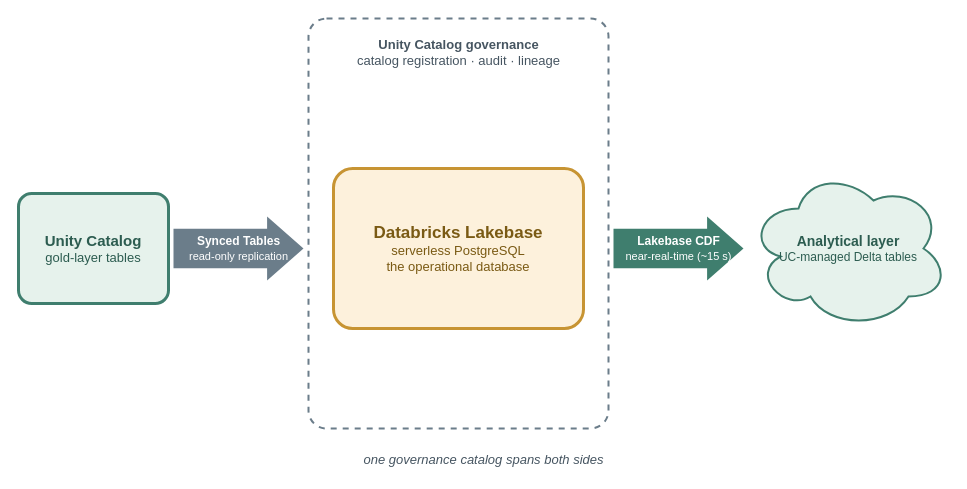
Earlier version of the draw.io diagram content/posts/decoupling-compute-storage-postgres-lakebase/lakebase-ecosystem-integration-flow.drawio (AlexeyEvlampiev/alexeyevlampiev.github.io). Source tidied: cells renumbered, new cells numbered last; positions are measured from the earlier drawing's top-left corner, leaving out a move shared by most shapes. Both pictures are drawn from the tidied source at 100%, with x=0, y=0 at pixel (18, 18).
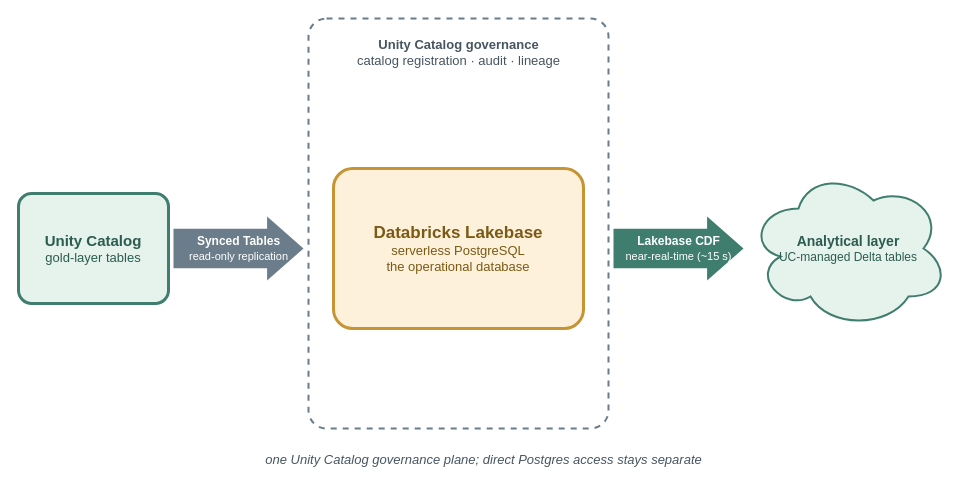
The same page after the edit.

The edit, as a diff of the source:
```diff
@@
 <mxGraphModel>
   <root>
     <mxCell id="0" />
     <mxCell id="1" parent="0" />
     <mxCell id="2" value="&lt;font style=&quot;font-size:15px&quot;&gt;&lt;b&gt;Unity Catalog&lt;/b&gt;&lt;/font&gt;&lt;br&gt;&lt;font style=&quot;font-size:13px&quot;&gt;gold-layer tables&lt;/font&gt;" style="rounded=1;whiteSpace=wrap;html=1;fillColor=#e6f2ec;strokeColor=#3f7e6e;strokeWidth=3;fontColor=#2c5c50;arcSize=12;" parent="1" vertex="1">
       <mxGeometry y="175" width="150" height="110" as="geometry" />
     </mxCell>
     <mxCell id="3" value="&lt;font style=&quot;font-size:12px&quot;&gt;&lt;b&gt;Synced Tables&lt;/b&gt;&lt;br&gt;&lt;/font&gt;&lt;font style=&quot;font-size:11px&quot;&gt;read-only replication&lt;/font&gt;" style="shape=singleArrow;html=1;fillColor=#6b7d8a;strokeColor=none;arrowWidth=0.62;arrowSize=0.28;fontColor=#ffffff;" parent="1" vertex="1">
       <mxGeometry x="155" y="198" width="130" height="64" as="geometry" />
     </mxCell>
     <mxCell id="4" style="rounded=1;whiteSpace=wrap;html=1;fillColor=none;strokeColor=#6b7d8a;strokeWidth=2;dashed=1;arcSize=6;" parent="1" vertex="1">
       <mxGeometry x="290" width="300" height="410" as="geometry" />
     </mxCell>
     <mxCell id="5" value="&lt;font style=&quot;font-size:13px&quot;&gt;&lt;b&gt;Unity Catalog governance&lt;/b&gt;&lt;br&gt;catalog registration · audit · lineage&lt;/font&gt;" style="text;html=1;fontColor=#465561;align=center;verticalAlign=top;" parent="1" vertex="1">
       <mxGeometry x="300" y="12" width="280" height="44" as="geometry" />
     </mxCell>
     <mxCell id="6" value="&lt;font style=&quot;font-size:17px&quot;&gt;&lt;b&gt;Databricks Lakebase&lt;/b&gt;&lt;/font&gt;&lt;br&gt;&lt;font style=&quot;font-size:13px&quot;&gt;serverless PostgreSQL&lt;br&gt;the operational database&lt;/font&gt;" style="rounded=1;whiteSpace=wrap;html=1;fillColor=#fdf1dc;strokeColor=#c79433;strokeWidth=3;fontColor=#7a5a14;arcSize=12;" parent="1" vertex="1">
       <mxGeometry x="315" y="150" width="250" height="160" as="geometry" />
     </mxCell>
     <mxCell id="7" value="&lt;font style=&quot;font-size:12px&quot;&gt;&lt;b&gt;Lakebase CDF&lt;/b&gt;&lt;br&gt;&lt;/font&gt;&lt;font style=&quot;font-size:11px&quot;&gt;near-real-time (~15 s)&lt;/font&gt;" style="shape=singleArrow;html=1;fillColor=#3f7e6e;strokeColor=none;arrowWidth=0.62;arrowSize=0.28;fontColor=#ffffff;" parent="1" vertex="1">
       <mxGeometry x="595" y="198" width="130" height="64" as="geometry" />
     </mxCell>
     <mxCell id="8" value="&lt;font style=&quot;font-size:14px&quot;&gt;&lt;b&gt;Analytical layer&lt;/b&gt;&lt;/font&gt;&lt;br&gt;&lt;font style=&quot;font-size:12px&quot;&gt;UC-managed Delta tables&lt;/font&gt;" style="shape=cloud;whiteSpace=wrap;html=1;fillColor=#e6f2ec;strokeColor=#3f7e6e;strokeWidth=2;fontColor=#2c5c50;" parent="1" vertex="1">
       <mxGeometry x="730" y="150" width="200" height="160" as="geometry" />
     </mxCell>
-    <mxCell id="9" value="&lt;font style=&quot;font-size:13px&quot;&gt;&lt;i&gt;one governance catalog spans both sides&lt;/i&gt;&lt;/font&gt;" style="text;html=1;fontColor=#465561;align=center;verticalAlign=middle;" parent="1" vertex="1">
+    <mxCell id="9" value="&lt;font style=&quot;font-size:13px&quot;&gt;&lt;i&gt;one Unity Catalog governance plane; direct Postgres access stays separate&lt;/i&gt;&lt;/font&gt;" style="text;html=1;fontColor=#465561;align=center;verticalAlign=middle;" parent="1" vertex="1">
       <mxGeometry y="428" width="930" height="26" as="geometry" />
     </mxCell>
   </root>
 </mxGraphModel>
```
